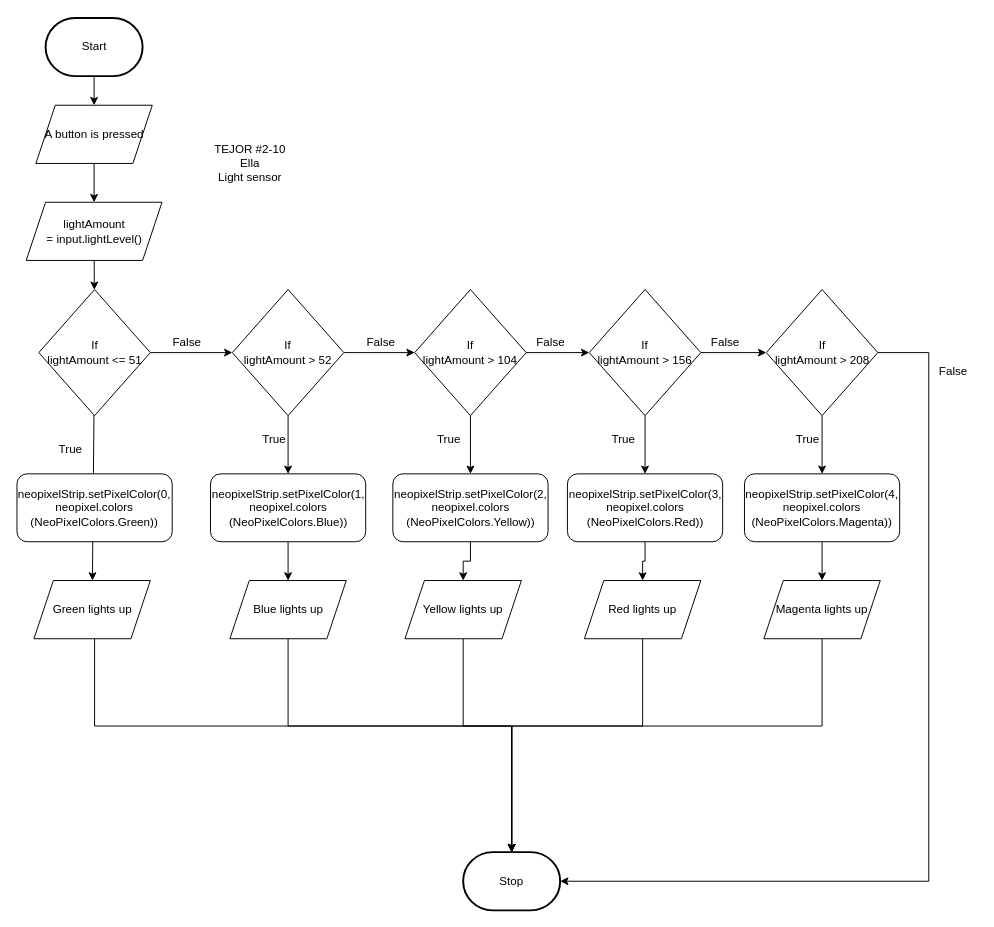
MTHS-TEJ2O-1-2024/TEJ2O-Unit-2-10B-ella-an2 keeps this draw.io diagram as design/flowchart.drawio. Above is the earlier version. Source tidied: cells renumbered, new cells numbered last; positions are measured from the earlier drawing's top-left corner, leaving out a move shared by most shapes. Both pictures are drawn from the tidied source at 97%, with x=0, y=0 at pixel (16, 17).
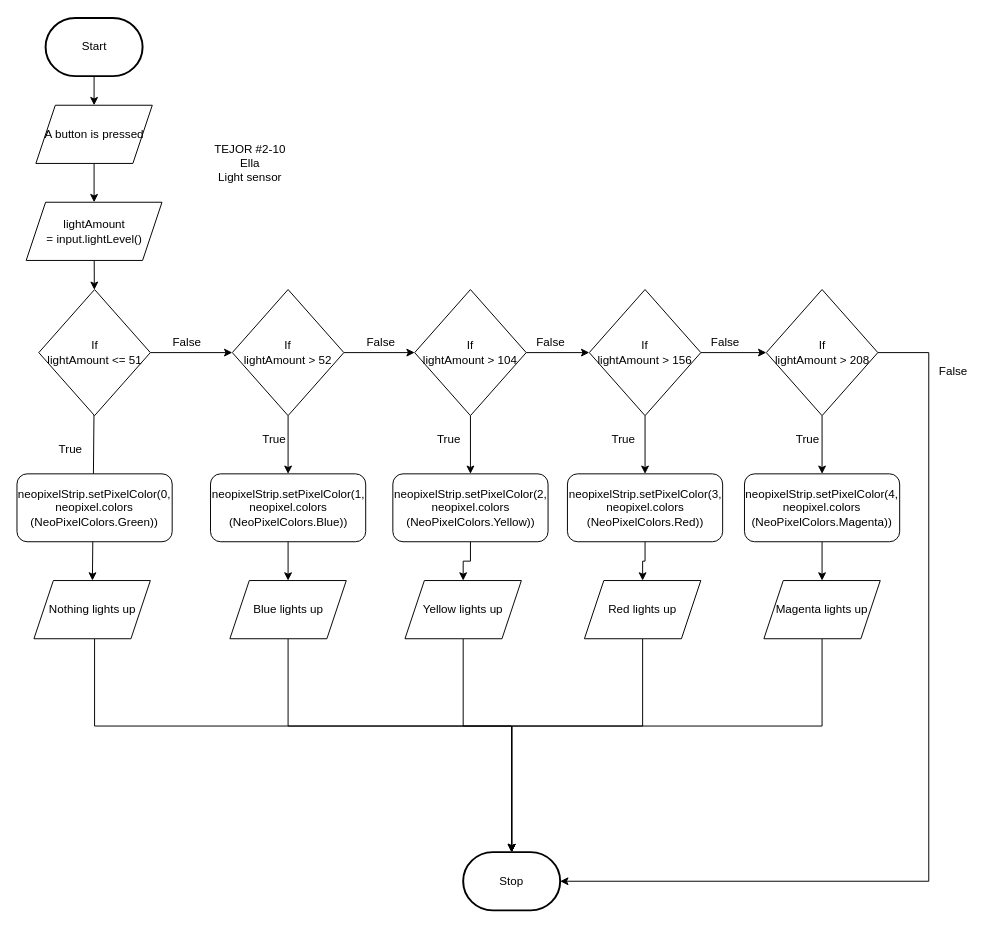
After the change.

What changed in the source:
```diff
@@
-    <mxCell id="13" value="Green lights up" style="shape=parallelogram;perimeter=parallelogramPerimeter;whiteSpace=wrap;html=1;fixedSize=1;" parent="1" vertex="1">
+    <mxCell id="13" value="Nothing lights up" style="shape=parallelogram;perimeter=parallelogramPerimeter;whiteSpace=wrap;html=1;fixedSize=1;" parent="1" vertex="1">
       <mxGeometry x="17.5" y="580" width="120" height="60" as="geometry" />
     </mxCell>
```
